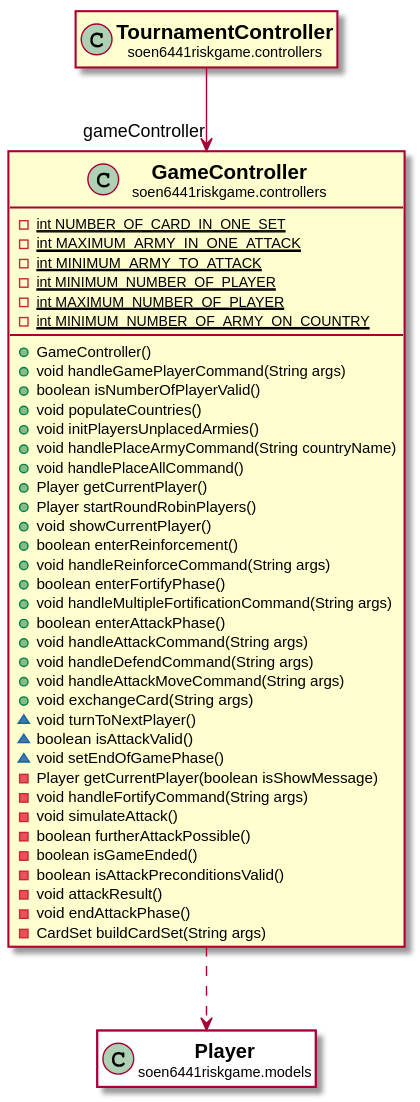
Before: docs/javadocs/soen6441riskgame/controllers/GameController.svg, a diagram exported from PlantUML (huntertran/soen6441-riskgame).
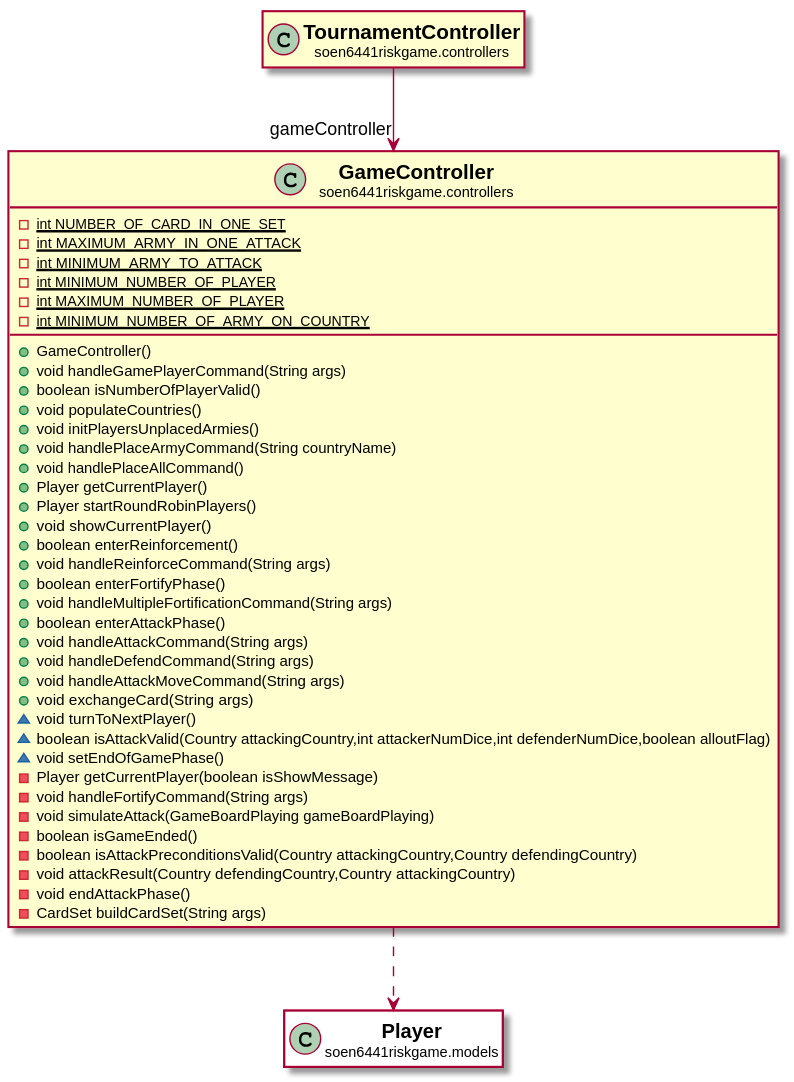
After the commit.

Change to the diagram source:
```diff
@@ -30,15 +30,14 @@
 +void handleAttackMoveCommand(String args)
 +void exchangeCard(String args)
 ~void turnToNextPlayer()
-~boolean isAttackValid()
+~boolean isAttackValid(Country attackingCountry,int attackerNumDice,int defenderNumDice,boolean alloutFlag)
 ~void setEndOfGamePhase()
 -Player getCurrentPlayer(boolean isShowMessage)
 -void handleFortifyCommand(String args)
--void simulateAttack()
--boolean furtherAttackPossible()
+-void simulateAttack(GameBoardPlaying gameBoardPlaying)
 -boolean isGameEnded()
--boolean isAttackPreconditionsValid()
--void attackResult()
+-boolean isAttackPreconditionsValid(Country attackingCountry,Country defendingCountry)
+-void attackResult(Country defendingCountry,Country attackingCountry)
 -void endAttackPhase()
 -CardSet buildCardSet(String args)
 }
@@ -53,6 +52,8 @@
 soen6441riskgame.controllers.GameController ..> soen6441riskgame.models.Player
 
 
+
+
 class "<b><size:14>TournamentController</b>\n<size:10>soen6441riskgame.controllers" as soen6441riskgame.controllers.TournamentController  [[../../soen6441riskgame/controllers/TournamentController.html{soen6441riskgame.controllers.TournamentController}]] {
 }
 
```
